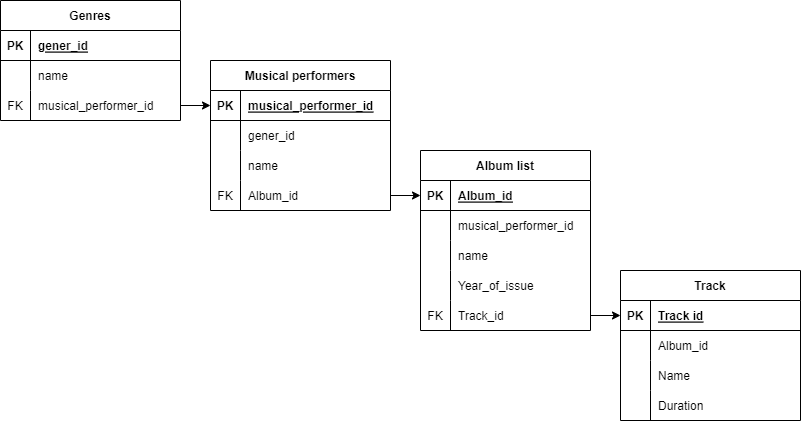
Earlier version of the draw.io export Music site.drawio.png (VadimRoziznan/Music-site). Source tidied: cells renumbered, new cells last; positions are measured from the earlier drawing's top-left corner, leaving out a move shared by most shapes.
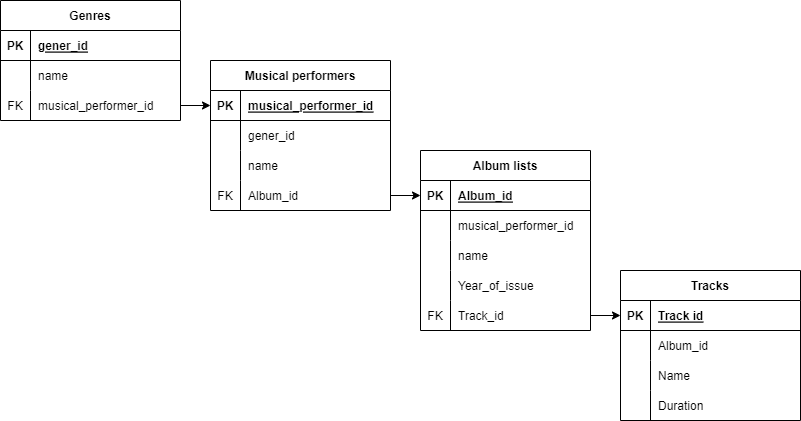
Above is the later version.

What changed in the source:
```diff
@@ -71,7 +71,7 @@
     <mxCell id="24" value="Album_id" style="shape=partialRectangle;fillColor=none;top=0;left=0;bottom=0;right=0;align=left;spacingLeft=6;overflow=hidden;strokeColor=default;fontFamily=Helvetica;fontSize=12;fontColor=default;" parent="22" vertex="1">
       <mxGeometry x="30" width="150" height="30" as="geometry" />
     </mxCell>
-    <mxCell id="25" value="Album list" style="shape=table;startSize=30;rowLines=0;fontStyle=1;align=center;strokeColor=default;fontFamily=Helvetica;fontSize=12;fontColor=default;fillColor=none;" parent="1" vertex="1">
+    <mxCell id="25" value="Album lists" style="shape=table;startSize=30;rowLines=0;fontStyle=1;align=center;strokeColor=default;fontFamily=Helvetica;fontSize=12;fontColor=default;fillColor=none;" parent="1" vertex="1">
       <mxGeometry x="420" y="150" width="170" height="180" as="geometry" />
     </mxCell>
     <mxCell id="26" style="shape=tableRow;horizontal=0;startSize=0;swimlaneHead=0;swimlaneBody=0;fillColor=none;points=[[0,0.5],[1,0.5]];portConstraint=eastwest;top=0;left=0;right=0;bottom=1;strokeColor=default;fontFamily=Helvetica;fontSize=12;fontColor=default;" parent="25" vertex="1">
@@ -122,7 +122,7 @@
     <mxCell id="41" style="edgeStyle=orthogonalEdgeStyle;rounded=0;jettySize=auto;html=1;exitX=1;exitY=0.5;exitDx=0;exitDy=0;entryX=0;entryY=0.5;entryDx=0;entryDy=0;" parent="1" edge="1" target="13">
       <mxGeometry relative="1" as="geometry" />
     </mxCell>
-    <mxCell id="42" value="Track" style="shape=table;startSize=30;rowLines=0;fontStyle=1;align=center;" parent="1" vertex="1">
+    <mxCell id="42" value="Tracks" style="shape=table;startSize=30;rowLines=0;fontStyle=1;align=center;" parent="1" vertex="1">
       <mxGeometry x="620" y="270" width="180" height="150" as="geometry" />
     </mxCell>
     <mxCell id="43" style="shape=tableRow;horizontal=0;startSize=0;swimlaneHead=0;swimlaneBody=0;fillColor=none;points=[[0,0.5],[1,0.5]];portConstraint=eastwest;top=0;left=0;right=0;bottom=1;" parent="42" vertex="1">
```
